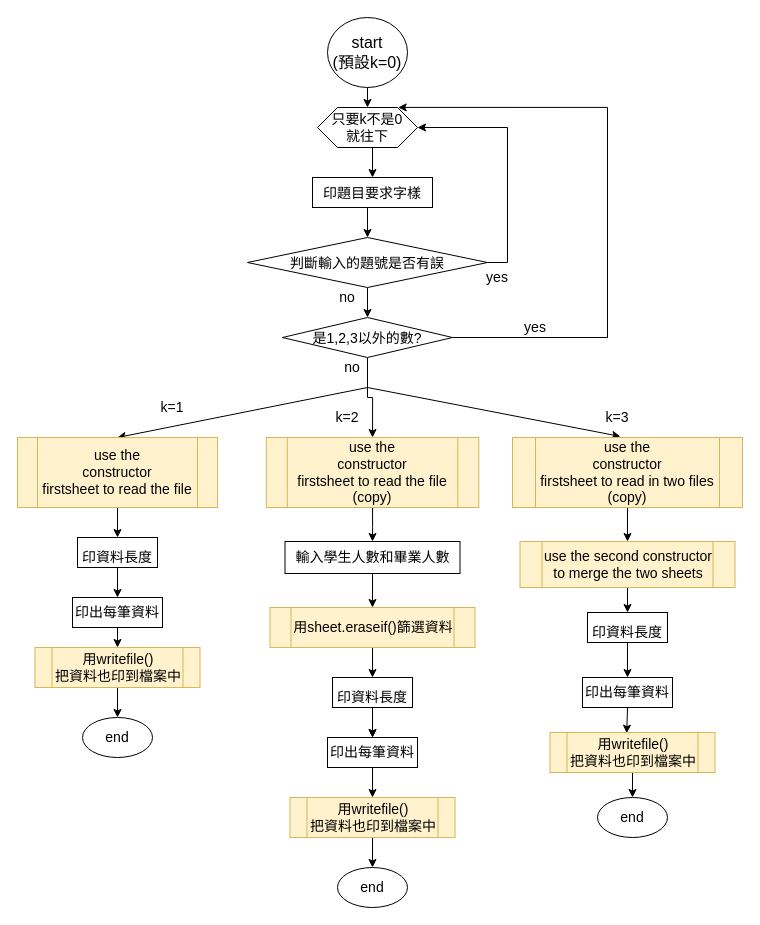
Earlier version of the draw.io diagram page "main" (1 of 7) of WH2/DS1101ex2_流程圖們.drawio (daniel29348679/Data-Structure). Source tidied: cells renumbered, new cells numbered last; positions are measured from the earlier drawing's top-left corner, leaving out a move shared by most shapes. Both pictures are drawn from the tidied source at 100%, with x=0, y=0 at pixel (17, 17).
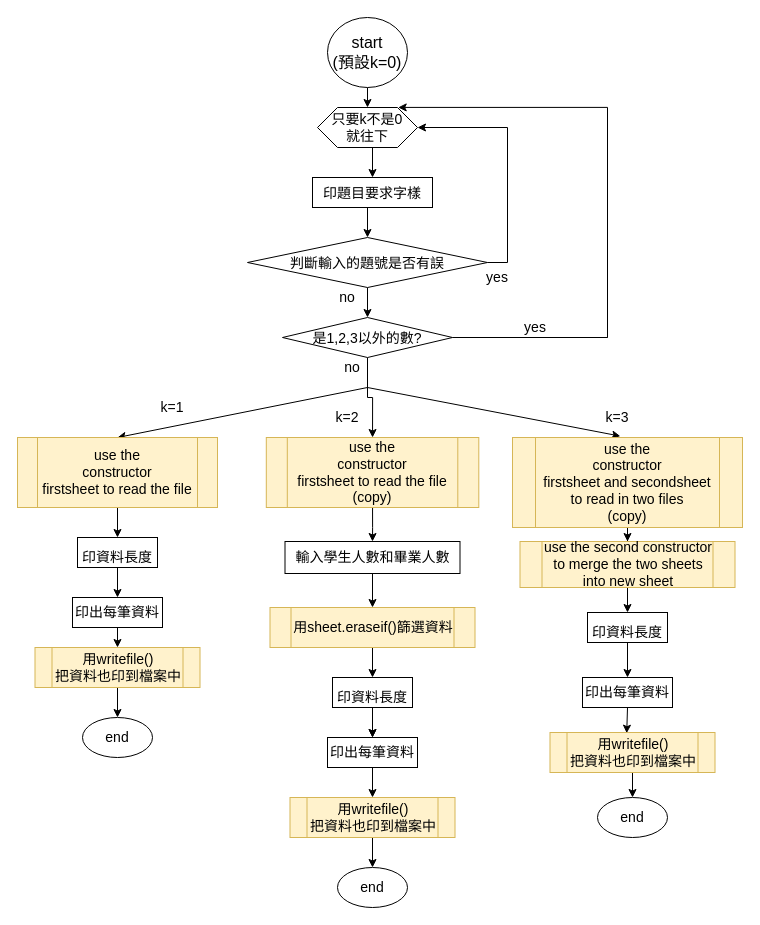
After the change.

What changed in the source:
```diff
@@
-    <mxCell id="31" value="use the&lt;br&gt;constructor &lt;br&gt;firstsheet to read in two files&lt;br&gt;(copy)" style="shape=process;whiteSpace=wrap;html=1;backgroundOutline=1;fontSize=14;fillColor=#fff2cc;strokeColor=#d6b656;" parent="1" vertex="1">
-      <mxGeometry x="495" y="420" width="230" height="70" as="geometry" />
+    <mxCell id="31" value="use the&lt;br&gt;constructor &lt;br&gt;firstsheet and secondsheet&lt;br&gt;to read in two files&lt;br&gt;(copy)" style="shape=process;whiteSpace=wrap;html=1;backgroundOutline=1;fontSize=14;fillColor=#fff2cc;strokeColor=#d6b656;" parent="1" vertex="1">
+      <mxGeometry x="495" y="420" width="230" height="90" as="geometry" />
     </mxCell>
@@
-    <mxCell id="38" value="use the second constructor to merge the two sheets" style="shape=process;whiteSpace=wrap;html=1;backgroundOutline=1;fontSize=14;fillColor=#fff2cc;strokeColor=#d6b656;" parent="1" vertex="1">
+    <mxCell id="38" value="use the second constructor to merge the two sheets into new sheet" style="shape=process;whiteSpace=wrap;html=1;backgroundOutline=1;fontSize=14;fillColor=#fff2cc;strokeColor=#d6b656;" parent="1" vertex="1">
       <mxGeometry x="502.5" y="524" width="215" height="46" as="geometry" />
     </mxCell>
```
